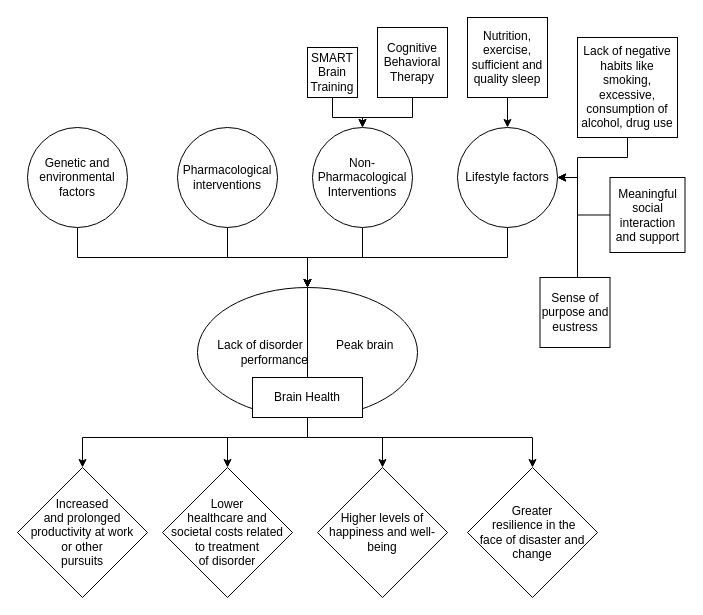
Above: Brainomics diagram.drawio in gennacampain/RProjects (draw.io), before the change. Source tidied: cells renumbered, new cells numbered last; positions are measured from the earlier drawing's top-left corner, leaving out a move shared by most shapes. Both pictures are drawn from the tidied source at 100%, with x=0, y=0 at pixel (17, 17).
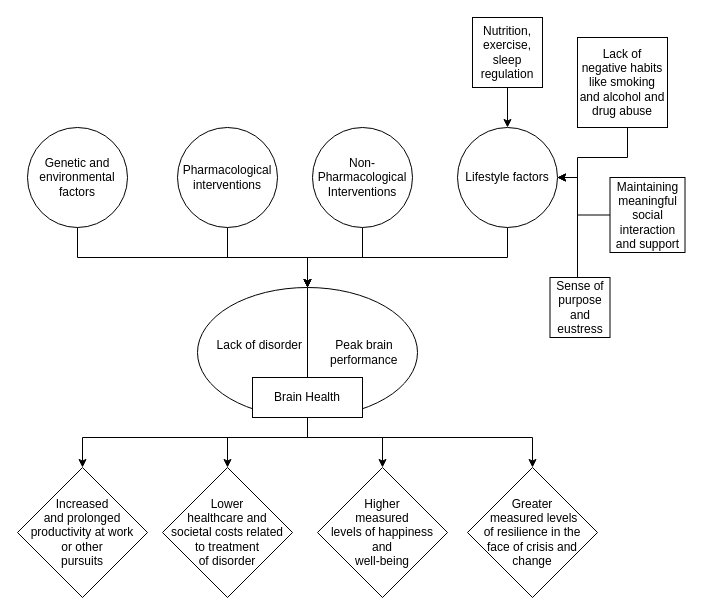
The same diagram, later.

Unchanged cells that the change refers to:
```xml
<mxCell id="6" value="Non-Pharmacological Interventions" style="ellipse;whiteSpace=wrap;html=1;" parent="1" vertex="1">
  <mxGeometry x="295" y="110" width="100" height="100" as="geometry" />
</mxCell>
```

What changed in the source:
```diff
@@
-    <mxCell id="2" value="&lt;div style=&quot;text-align: left;&quot;&gt;&lt;span style=&quot;background-color: initial;&quot;&gt;Lack of disorder&amp;nbsp; &amp;nbsp; &amp;nbsp; &amp;nbsp; &amp;nbsp; &lt;/span&gt;&lt;span style=&quot;background-color: initial;&quot;&gt;Peak b&lt;/span&gt;&lt;span style=&quot;background-color: initial;&quot;&gt;rain&amp;nbsp;&lt;/span&gt;&lt;/div&gt;&lt;div style=&quot;text-align: left;&quot;&gt;&lt;span style=&quot;background-color: initial;&quot;&gt;&lt;span style=&quot;white-space: pre;&quot;&gt; &lt;/span&gt;&lt;span style=&quot;white-space: pre;&quot;&gt; &lt;/span&gt;&lt;span style=&quot;white-space: pre;&quot;&gt; &lt;/span&gt;&lt;span style=&quot;white-space: pre;&quot;&gt; &lt;/span&gt;&amp;nbsp; &amp;nbsp;performance&lt;/span&gt;&lt;/div&gt;" style="ellipse;whiteSpace=wrap;html=1;" parent="1" vertex="1">
+    <mxCell id="2" value="&lt;div style=&quot;text-align: left;&quot;&gt;&lt;span style=&quot;background-color: initial;&quot;&gt;Lack of disorder&amp;nbsp; &amp;nbsp; &amp;nbsp; &amp;nbsp; &amp;nbsp; &lt;/span&gt;&lt;span style=&quot;background-color: initial;&quot;&gt;Peak b&lt;/span&gt;&lt;span style=&quot;background-color: initial;&quot;&gt;rain&amp;nbsp;&lt;/span&gt;&lt;/div&gt;&lt;div style=&quot;text-align: left;&quot;&gt;&lt;span style=&quot;background-color: initial;&quot;&gt;&lt;span style=&quot;white-space: pre;&quot;&gt; &lt;/span&gt;&lt;span style=&quot;white-space: pre;&quot;&gt; &lt;/span&gt;&lt;span style=&quot;white-space: pre;&quot;&gt; &lt;/span&gt;&lt;span style=&quot;white-space: pre;&quot;&gt; &lt;/span&gt;&amp;nbsp; &amp;nbsp; &amp;nbsp; &amp;nbsp; &amp;nbsp; &amp;nbsp; &amp;nbsp; &amp;nbsp; &amp;nbsp; &amp;nbsp; &amp;nbsp; &amp;nbsp; &amp;nbsp; &amp;nbsp; &amp;nbsp; performance&lt;/span&gt;&lt;/div&gt;" style="ellipse;whiteSpace=wrap;html=1;" parent="1" vertex="1">
       <mxGeometry x="180" y="270" width="220" height="130" as="geometry" />
     </mxCell>
@@
-    <mxCell id="7" style="edgeStyle=orthogonalEdgeStyle;rounded=0;jettySize=auto;html=1;" parent="1" edge="1" source="8" target="6">
-      <mxGeometry relative="1" as="geometry" />
-    </mxCell>
-    <mxCell id="8" value="SMART Brain Training" style="whiteSpace=wrap;html=1;" parent="1" vertex="1">
-      <mxGeometry x="290" y="30" width="50" height="50" as="geometry" />
-    </mxCell>
@@
-    <mxCell id="10" value="Nutrition, exercise, sufficient and quality sleep" style="whiteSpace=wrap;html=1;" parent="1" vertex="1">
-      <mxGeometry x="450" width="80" height="80" as="geometry" />
+    <mxCell id="10" value="Nutrition, exercise, sleep regulation" style="whiteSpace=wrap;html=1;" parent="1" vertex="1">
+      <mxGeometry x="455" width="70" height="70" as="geometry" />
     </mxCell>
-    <mxCell id="11" style="edgeStyle=orthogonalEdgeStyle;rounded=0;jettySize=auto;html=1;" parent="1" edge="1" source="12" target="6">
-      <mxGeometry relative="1" as="geometry" />
-    </mxCell>
-    <mxCell id="12" value="Cognitive Behavioral Therapy" style="whiteSpace=wrap;html=1;" parent="1" vertex="1">
-      <mxGeometry x="360" y="10" width="70" height="70" as="geometry" />
-    </mxCell>
@@
-    <mxCell id="18" value="Lack of negative habits like smoking, excessive, consumption of alcohol, drug use" style="whiteSpace=wrap;html=1;" parent="1" vertex="1">
-      <mxGeometry x="560" y="20" width="100" height="100" as="geometry" />
+    <mxCell id="18" value="Lack of &lt;br&gt;negative habits like smoking and alcohol and drug abuse" style="whiteSpace=wrap;html=1;" parent="1" vertex="1">
+      <mxGeometry x="560" y="20" width="90" height="90" as="geometry" />
     </mxCell>
@@
-    <mxCell id="20" value="Meaningful social interaction and support" style="whiteSpace=wrap;html=1;" parent="1" vertex="1">
+    <mxCell id="20" value="Maintaining meaningful social interaction and support" style="whiteSpace=wrap;html=1;" parent="1" vertex="1">
       <mxGeometry x="592.5" y="160" width="75" height="75" as="geometry" />
     </mxCell>
@@
-    <mxCell id="22" value="Sense of purpose and eustress" style="whiteSpace=wrap;html=1;" parent="1" vertex="1">
-      <mxGeometry x="522.5" y="260" width="70" height="70" as="geometry" />
+    <mxCell id="22" value="Sense of purpose &lt;br&gt;and eustress" style="whiteSpace=wrap;html=1;" parent="1" vertex="1">
+      <mxGeometry x="532.5" y="260" width="60" height="60" as="geometry" />
     </mxCell>
@@
-    <mxCell id="32" value="Higher levels of happiness and well-being" style="rhombus;whiteSpace=wrap;html=1;" parent="1" vertex="1">
+    <mxCell id="32" value="Higher &lt;br&gt;measured &lt;br&gt;levels of happiness &lt;br&gt;and &lt;br&gt;well-being" style="rhombus;whiteSpace=wrap;html=1;" parent="1" vertex="1">
       <mxGeometry x="300" y="450" width="130" height="130" as="geometry" />
     </mxCell>
-    <mxCell id="33" value="Greater &lt;br&gt;&amp;nbsp;resilience in the &lt;br&gt;face of disaster and&lt;br&gt;change" style="rhombus;whiteSpace=wrap;html=1;" parent="1" vertex="1">
+    <mxCell id="33" value="Greater &lt;br&gt;&amp;nbsp;measured levels &lt;br&gt;of resilience in the &lt;br&gt;face of crisis and&lt;br&gt;change" style="rhombus;whiteSpace=wrap;html=1;" parent="1" vertex="1">
       <mxGeometry x="450" y="450" width="130" height="130" as="geometry" />
     </mxCell>
```
